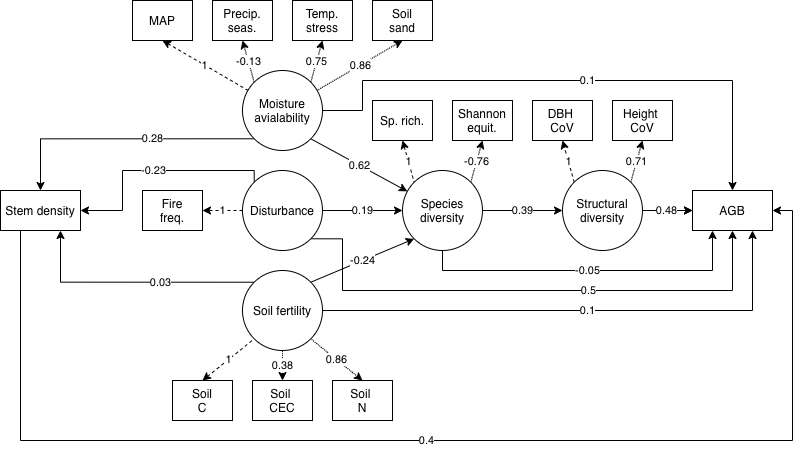
Before: manuscript/img/full.png, a diagram exported from draw.io (johngodlee/southern_african_befr). Source tidied: cells renumbered, new cells last; positions are measured from the earlier drawing's top-left corner, leaving out a move shared by most shapes. The source it was exported from:
```xml
<mxGraphModel>
  <root>
    <mxCell id="0" />
    <mxCell id="1" parent="0" />
    <mxCell id="2" value="0.39" style="edgeStyle=orthogonalEdgeStyle;rounded=0;jettySize=auto;html=1;fontStyle=0;exitX=1;exitY=0.5;exitDx=0;exitDy=0;" parent="1" edge="1" source="9">
      <mxGeometry relative="1" as="geometry">
        <mxPoint x="562" y="210" as="targetPoint" />
      </mxGeometry>
    </mxCell>
    <mxCell id="3" style="edgeStyle=orthogonalEdgeStyle;rounded=0;jettySize=auto;html=1;fontStyle=0;" parent="1" edge="1" target="4">
      <mxGeometry relative="1" as="geometry">
        <mxPoint x="642" y="210" as="sourcePoint" />
      </mxGeometry>
    </mxCell>
    <mxCell id="4" value="AGB" style="rounded=1;whiteSpace=wrap;html=1;fontSize=12;glass=0;strokeWidth=1;shadow=0;arcSize=0;align=center;fontStyle=0;" parent="1" vertex="1">
      <mxGeometry x="692" y="190" width="80" height="40" as="geometry" />
    </mxCell>
    <mxCell id="5" value="0.4" style="edgeStyle=orthogonalEdgeStyle;rounded=0;jettySize=auto;html=1;entryX=1;entryY=0.5;entryDx=0;entryDy=0;exitX=0.25;exitY=1;exitDx=0;exitDy=0;" parent="1" edge="1" source="6" target="4">
      <mxGeometry relative="1" as="geometry">
        <Array as="points">
          <mxPoint x="20" y="440" />
          <mxPoint x="792" y="440" />
          <mxPoint x="792" y="210" />
        </Array>
      </mxGeometry>
    </mxCell>
    <mxCell id="6" value="Stem density" style="rounded=1;whiteSpace=wrap;html=1;fontSize=12;glass=0;strokeWidth=1;shadow=0;arcSize=0;align=center;fontStyle=0;" parent="1" vertex="1">
      <mxGeometry y="190" width="80" height="40" as="geometry" />
    </mxCell>
    <mxCell id="7" value="-0.76" style="edgeStyle=none;rounded=0;jettySize=auto;html=1;exitX=1;exitY=0;exitDx=0;exitDy=0;entryX=0.5;entryY=1;entryDx=0;entryDy=0;dashed=1;dashPattern=1 1;" parent="1" edge="1" source="9" target="29">
      <mxGeometry relative="1" as="geometry" />
    </mxCell>
    <mxCell id="8" value="-0.05" style="edgeStyle=orthogonalEdgeStyle;rounded=0;jettySize=auto;html=1;exitX=0.5;exitY=1;exitDx=0;exitDy=0;entryX=0.25;entryY=1;entryDx=0;entryDy=0;startArrow=none;startFill=0;endArrow=classic;endFill=1;" parent="1" edge="1" source="9" target="4">
      <mxGeometry relative="1" as="geometry">
        <Array as="points">
          <mxPoint x="442" y="270" />
          <mxPoint x="712" y="270" />
        </Array>
      </mxGeometry>
    </mxCell>
    <mxCell id="9" value="Species&lt;br&gt;diversity" style="ellipse;whiteSpace=wrap;html=1;" parent="1" vertex="1">
      <mxGeometry x="402" y="170" width="80" height="80" as="geometry" />
    </mxCell>
    <mxCell id="10" value="1" style="rounded=0;jettySize=auto;html=1;exitX=0;exitY=0;exitDx=0;exitDy=0;entryX=0.5;entryY=1;entryDx=0;entryDy=0;dashed=1;" parent="1" edge="1" source="13" target="30">
      <mxGeometry relative="1" as="geometry" />
    </mxCell>
    <mxCell id="11" value="0.71" style="rounded=0;jettySize=auto;html=1;exitX=1;exitY=0;exitDx=0;exitDy=0;entryX=0.5;entryY=1;entryDx=0;entryDy=0;dashed=1;dashPattern=1 1;" parent="1" edge="1" source="13" target="31">
      <mxGeometry relative="1" as="geometry" />
    </mxCell>
    <mxCell id="12" value="0.48" style="edgeStyle=orthogonalEdgeStyle;rounded=0;jettySize=auto;html=1;startArrow=none;startFill=0;endArrow=classic;endFill=1;" parent="1" edge="1" source="13" target="4">
      <mxGeometry x="-0.02" relative="1" as="geometry" />
    </mxCell>
    <mxCell id="13" value="Structural&lt;br&gt;diversity" style="ellipse;whiteSpace=wrap;html=1;" parent="1" vertex="1">
      <mxGeometry x="562" y="170" width="80" height="80" as="geometry" />
    </mxCell>
    <mxCell id="14" value="-0.24" style="edgeStyle=none;rounded=0;jettySize=auto;html=1;exitX=1;exitY=0;exitDx=0;exitDy=0;entryX=0;entryY=1;entryDx=0;entryDy=0;" parent="1" edge="1" source="17" target="9">
      <mxGeometry relative="1" as="geometry" />
    </mxCell>
    <mxCell id="15" value="0.03" style="edgeStyle=orthogonalEdgeStyle;rounded=0;jettySize=auto;html=1;entryX=0.75;entryY=1;entryDx=0;entryDy=0;exitX=0;exitY=0;exitDx=0;exitDy=0;" parent="1" edge="1" source="17" target="6">
      <mxGeometry x="-0.23" relative="1" as="geometry" />
    </mxCell>
    <mxCell id="16" value="0.1" style="edgeStyle=orthogonalEdgeStyle;rounded=0;jettySize=auto;html=1;entryX=0.75;entryY=1;entryDx=0;entryDy=0;startArrow=none;startFill=0;endArrow=classic;endFill=1;" parent="1" edge="1" source="17" target="4">
      <mxGeometry x="0.04" relative="1" as="geometry">
        <Array as="points">
          <mxPoint x="752" y="310" />
        </Array>
      </mxGeometry>
    </mxCell>
    <mxCell id="17" value="Soil fertility" style="ellipse;whiteSpace=wrap;html=1;" parent="1" vertex="1">
      <mxGeometry x="242" y="270" width="80" height="80" as="geometry" />
    </mxCell>
    <mxCell id="18" value="0.62" style="edgeStyle=none;rounded=0;jettySize=auto;html=1;exitX=1;exitY=1;exitDx=0;exitDy=0;" parent="1" edge="1" source="21" target="9">
      <mxGeometry relative="1" as="geometry" />
    </mxCell>
    <mxCell id="19" value="0.28" style="rounded=0;jettySize=auto;html=1;entryX=0.5;entryY=0;entryDx=0;entryDy=0;exitX=0;exitY=1;exitDx=0;exitDy=0;edgeStyle=orthogonalEdgeStyle;" parent="1" edge="1" source="21" target="6">
      <mxGeometry x="-0.23" relative="1" as="geometry" />
    </mxCell>
    <mxCell id="20" value="0.1" style="edgeStyle=orthogonalEdgeStyle;rounded=0;jettySize=auto;html=1;exitX=1;exitY=0.5;exitDx=0;exitDy=0;startArrow=none;startFill=0;endArrow=classic;endFill=1;entryX=0.5;entryY=0;entryDx=0;entryDy=0;" parent="1" edge="1" source="21" target="4">
      <mxGeometry x="0.07" relative="1" as="geometry">
        <Array as="points">
          <mxPoint x="362" y="110" />
          <mxPoint x="362" y="80" />
          <mxPoint x="732" y="80" />
        </Array>
      </mxGeometry>
    </mxCell>
    <mxCell id="21" value="Moisture&lt;br&gt;avialability" style="ellipse;whiteSpace=wrap;html=1;" parent="1" vertex="1">
      <mxGeometry x="242" y="70" width="80" height="80" as="geometry" />
    </mxCell>
    <mxCell id="22" value="0.19" style="edgeStyle=none;rounded=0;jettySize=auto;html=1;" parent="1" edge="1" source="26" target="9">
      <mxGeometry relative="1" as="geometry" />
    </mxCell>
    <mxCell id="23" value="-0.23" style="edgeStyle=orthogonalEdgeStyle;rounded=0;jettySize=auto;html=1;exitX=0;exitY=0;exitDx=0;exitDy=0;" parent="1" edge="1" source="26">
      <mxGeometry relative="1" as="geometry">
        <mxPoint x="80" y="210" as="targetPoint" />
        <Array as="points">
          <mxPoint x="254" y="170" />
          <mxPoint x="122" y="170" />
          <mxPoint x="122" y="210" />
        </Array>
      </mxGeometry>
    </mxCell>
    <mxCell id="24" value="1" style="edgeStyle=orthogonalEdgeStyle;rounded=0;jettySize=auto;html=1;startArrow=none;startFill=0;endArrow=classic;endFill=1;dashed=1;" parent="1" edge="1" source="26" target="44">
      <mxGeometry relative="1" as="geometry" />
    </mxCell>
    <mxCell id="25" value="0.5" style="edgeStyle=orthogonalEdgeStyle;rounded=0;jettySize=auto;html=1;exitX=1;exitY=1;exitDx=0;exitDy=0;entryX=0.5;entryY=1;entryDx=0;entryDy=0;startArrow=none;startFill=0;endArrow=classic;endFill=1;" parent="1" edge="1" source="26" target="4">
      <mxGeometry x="0.23" relative="1" as="geometry">
        <Array as="points">
          <mxPoint x="342" y="238" />
          <mxPoint x="342" y="290" />
          <mxPoint x="732" y="290" />
        </Array>
      </mxGeometry>
    </mxCell>
    <mxCell id="26" value="Disturbance" style="ellipse;whiteSpace=wrap;html=1;" parent="1" vertex="1">
      <mxGeometry x="242" y="170" width="80" height="80" as="geometry" />
    </mxCell>
    <mxCell id="27" value="1" style="rounded=0;jettySize=auto;html=1;exitX=0.5;exitY=1;exitDx=0;exitDy=0;entryX=0;entryY=0;entryDx=0;entryDy=0;startArrow=classic;startFill=1;endArrow=none;endFill=0;dashed=1;" parent="1" edge="1" source="28" target="9">
      <mxGeometry relative="1" as="geometry" />
    </mxCell>
    <mxCell id="28" value="Sp. rich." style="rounded=1;whiteSpace=wrap;html=1;fontSize=12;glass=0;strokeWidth=1;shadow=0;arcSize=0;align=center;fontStyle=0;" parent="1" vertex="1">
      <mxGeometry x="372" y="100" width="60" height="40" as="geometry" />
    </mxCell>
    <mxCell id="29" value="Shannon equit." style="rounded=1;whiteSpace=wrap;html=1;fontSize=12;glass=0;strokeWidth=1;shadow=0;arcSize=0;align=center;fontStyle=0;" parent="1" vertex="1">
      <mxGeometry x="452" y="100" width="60" height="40" as="geometry" />
    </mxCell>
    <mxCell id="30" value="DBH &lt;br&gt;CoV" style="rounded=1;whiteSpace=wrap;html=1;fontSize=12;glass=0;strokeWidth=1;shadow=0;arcSize=0;align=center;fontStyle=0;" parent="1" vertex="1">
      <mxGeometry x="532" y="100" width="60" height="40" as="geometry" />
    </mxCell>
    <mxCell id="31" value="Height&amp;nbsp;&lt;br&gt;CoV" style="rounded=1;whiteSpace=wrap;html=1;fontSize=12;glass=0;strokeWidth=1;shadow=0;arcSize=0;align=center;fontStyle=0;" parent="1" vertex="1">
      <mxGeometry x="612" y="100" width="60" height="40" as="geometry" />
    </mxCell>
    <mxCell id="32" value="0.86" style="rounded=0;jettySize=auto;html=1;exitX=0.5;exitY=1;exitDx=0;exitDy=0;dashed=1;dashPattern=1 1;startArrow=classic;startFill=1;endArrow=none;endFill=0;" parent="1" edge="1" source="33" target="21">
      <mxGeometry relative="1" as="geometry" />
    </mxCell>
    <mxCell id="33" value="Soil&lt;br&gt;sand" style="rounded=1;whiteSpace=wrap;html=1;fontSize=12;glass=0;strokeWidth=1;shadow=0;arcSize=0;align=center;fontStyle=0;" parent="1" vertex="1">
      <mxGeometry x="372" width="60" height="40" as="geometry" />
    </mxCell>
    <mxCell id="34" value="0.75" style="rounded=0;jettySize=auto;html=1;exitX=0.5;exitY=1;exitDx=0;exitDy=0;entryX=1;entryY=0;entryDx=0;entryDy=0;dashed=1;dashPattern=1 1;startArrow=classic;startFill=1;endArrow=none;endFill=0;" parent="1" edge="1" source="35" target="21">
      <mxGeometry relative="1" as="geometry" />
    </mxCell>
    <mxCell id="35" value="Temp.&lt;br&gt;stress" style="rounded=1;whiteSpace=wrap;html=1;fontSize=12;glass=0;strokeWidth=1;shadow=0;arcSize=0;align=center;fontStyle=0;" parent="1" vertex="1">
      <mxGeometry x="292" width="60" height="40" as="geometry" />
    </mxCell>
    <mxCell id="36" value="-0.13" style="rounded=0;jettySize=auto;html=1;exitX=0.5;exitY=1;exitDx=0;exitDy=0;entryX=0;entryY=0;entryDx=0;entryDy=0;dashed=1;dashPattern=1 1;startArrow=classic;startFill=1;endArrow=none;endFill=0;" parent="1" edge="1" source="37" target="21">
      <mxGeometry relative="1" as="geometry" />
    </mxCell>
    <mxCell id="37" value="Precip.&lt;br&gt;seas." style="rounded=1;whiteSpace=wrap;html=1;fontSize=12;glass=0;strokeWidth=1;shadow=0;arcSize=0;align=center;fontStyle=0;" parent="1" vertex="1">
      <mxGeometry x="212" width="60" height="40" as="geometry" />
    </mxCell>
    <mxCell id="38" value="0.86" style="rounded=0;jettySize=auto;html=1;exitX=0.5;exitY=0;exitDx=0;exitDy=0;entryX=1;entryY=1;entryDx=0;entryDy=0;dashed=1;dashPattern=1 1;startArrow=classic;startFill=1;endArrow=none;endFill=0;" parent="1" edge="1" source="39" target="17">
      <mxGeometry relative="1" as="geometry" />
    </mxCell>
    <mxCell id="39" value="Soil&amp;nbsp;&lt;br&gt;N" style="rounded=1;whiteSpace=wrap;html=1;fontSize=12;glass=0;strokeWidth=1;shadow=0;arcSize=0;align=center;fontStyle=0;" parent="1" vertex="1">
      <mxGeometry x="332" y="380" width="60" height="40" as="geometry" />
    </mxCell>
    <mxCell id="40" value="0.38" style="rounded=0;jettySize=auto;html=1;exitX=0.5;exitY=0;exitDx=0;exitDy=0;entryX=0.5;entryY=1;entryDx=0;entryDy=0;dashed=1;dashPattern=1 1;startArrow=classic;startFill=1;endArrow=none;endFill=0;" parent="1" edge="1" source="41" target="17">
      <mxGeometry relative="1" as="geometry" />
    </mxCell>
    <mxCell id="41" value="Soil&amp;nbsp;&lt;br&gt;CEC" style="rounded=1;whiteSpace=wrap;html=1;fontSize=12;glass=0;strokeWidth=1;shadow=0;arcSize=0;align=center;fontStyle=0;" parent="1" vertex="1">
      <mxGeometry x="252" y="380" width="60" height="40" as="geometry" />
    </mxCell>
    <mxCell id="42" value="1" style="rounded=0;jettySize=auto;html=1;exitX=0.5;exitY=0;exitDx=0;exitDy=0;entryX=0;entryY=1;entryDx=0;entryDy=0;dashed=1;startArrow=classic;startFill=1;endArrow=none;endFill=0;" parent="1" edge="1" source="43" target="17">
      <mxGeometry relative="1" as="geometry" />
    </mxCell>
    <mxCell id="43" value="Soil&lt;br&gt;C" style="rounded=1;whiteSpace=wrap;html=1;fontSize=12;glass=0;strokeWidth=1;shadow=0;arcSize=0;align=center;fontStyle=0;" parent="1" vertex="1">
      <mxGeometry x="172" y="380" width="60" height="40" as="geometry" />
    </mxCell>
    <mxCell id="44" value="Fire&lt;br&gt;freq." style="rounded=1;whiteSpace=wrap;html=1;fontSize=12;glass=0;strokeWidth=1;shadow=0;arcSize=0;align=center;fontStyle=0;" parent="1" vertex="1">
      <mxGeometry x="142" y="190" width="60" height="40" as="geometry" />
    </mxCell>
    <mxCell id="45" value="1" style="rounded=0;jettySize=auto;html=1;exitX=0.5;exitY=1;exitDx=0;exitDy=0;startArrow=classic;startFill=1;endArrow=none;endFill=0;dashed=1;" parent="1" edge="1" source="46" target="21">
      <mxGeometry relative="1" as="geometry" />
    </mxCell>
    <mxCell id="46" value="MAP" style="rounded=1;whiteSpace=wrap;html=1;fontSize=12;glass=0;strokeWidth=1;shadow=0;arcSize=0;align=center;fontStyle=0;" parent="1" vertex="1">
      <mxGeometry x="132" width="60" height="40" as="geometry" />
    </mxCell>
  </root>
</mxGraphModel>
```
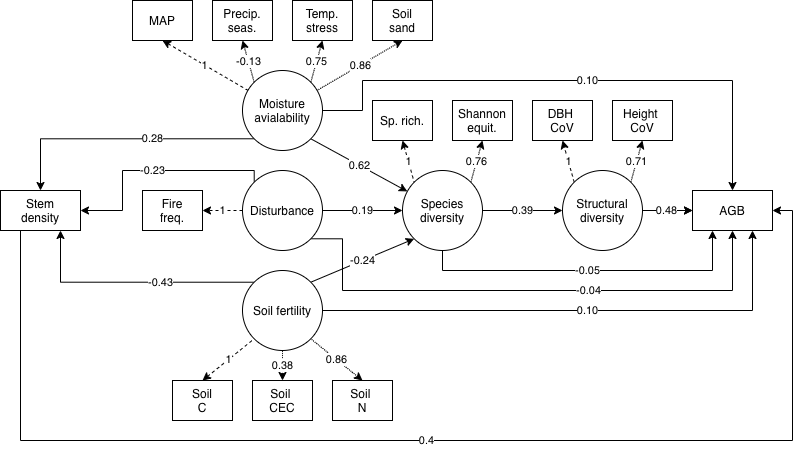
The same file after the commit.

What changed in the source:
```diff
@@ -24,10 +24,10 @@
         </Array>
       </mxGeometry>
     </mxCell>
-    <mxCell id="6" value="Stem density" style="rounded=1;whiteSpace=wrap;html=1;fontSize=12;glass=0;strokeWidth=1;shadow=0;arcSize=0;align=center;fontStyle=0;" parent="1" vertex="1">
+    <mxCell id="6" value="Stem&lt;br&gt;density" style="rounded=1;whiteSpace=wrap;html=1;fontSize=12;glass=0;strokeWidth=1;shadow=0;arcSize=0;align=center;fontStyle=0;" parent="1" vertex="1">
       <mxGeometry y="190" width="80" height="40" as="geometry" />
     </mxCell>
-    <mxCell id="7" value="-0.76" style="edgeStyle=none;rounded=0;jettySize=auto;html=1;exitX=1;exitY=0;exitDx=0;exitDy=0;entryX=0.5;entryY=1;entryDx=0;entryDy=0;dashed=1;dashPattern=1 1;" parent="1" edge="1" source="9" target="29">
+    <mxCell id="7" value="0.76" style="edgeStyle=none;rounded=0;jettySize=auto;html=1;exitX=1;exitY=0;exitDx=0;exitDy=0;entryX=0.5;entryY=1;entryDx=0;entryDy=0;dashed=1;dashPattern=1 1;" parent="1" edge="1" source="9" target="29">
       <mxGeometry relative="1" as="geometry" />
     </mxCell>
     <mxCell id="8" value="-0.05" style="edgeStyle=orthogonalEdgeStyle;rounded=0;jettySize=auto;html=1;exitX=0.5;exitY=1;exitDx=0;exitDy=0;entryX=0.25;entryY=1;entryDx=0;entryDy=0;startArrow=none;startFill=0;endArrow=classic;endFill=1;" parent="1" edge="1" source="9" target="4">
@@ -56,10 +56,10 @@
     <mxCell id="14" value="-0.24" style="edgeStyle=none;rounded=0;jettySize=auto;html=1;exitX=1;exitY=0;exitDx=0;exitDy=0;entryX=0;entryY=1;entryDx=0;entryDy=0;" parent="1" edge="1" source="17" target="9">
       <mxGeometry relative="1" as="geometry" />
     </mxCell>
-    <mxCell id="15" value="0.03" style="edgeStyle=orthogonalEdgeStyle;rounded=0;jettySize=auto;html=1;entryX=0.75;entryY=1;entryDx=0;entryDy=0;exitX=0;exitY=0;exitDx=0;exitDy=0;" parent="1" edge="1" source="17" target="6">
+    <mxCell id="15" value="-0.43" style="edgeStyle=orthogonalEdgeStyle;rounded=0;jettySize=auto;html=1;entryX=0.75;entryY=1;entryDx=0;entryDy=0;exitX=0;exitY=0;exitDx=0;exitDy=0;" parent="1" edge="1" source="17" target="6">
       <mxGeometry x="-0.23" relative="1" as="geometry" />
     </mxCell>
-    <mxCell id="16" value="0.1" style="edgeStyle=orthogonalEdgeStyle;rounded=0;jettySize=auto;html=1;entryX=0.75;entryY=1;entryDx=0;entryDy=0;startArrow=none;startFill=0;endArrow=classic;endFill=1;" parent="1" edge="1" source="17" target="4">
+    <mxCell id="16" value="0.10" style="edgeStyle=orthogonalEdgeStyle;rounded=0;jettySize=auto;html=1;entryX=0.75;entryY=1;entryDx=0;entryDy=0;startArrow=none;startFill=0;endArrow=classic;endFill=1;" parent="1" edge="1" source="17" target="4">
       <mxGeometry x="0.04" relative="1" as="geometry">
         <Array as="points">
           <mxPoint x="752" y="310" />
@@ -75,7 +75,7 @@
     <mxCell id="19" value="0.28" style="rounded=0;jettySize=auto;html=1;entryX=0.5;entryY=0;entryDx=0;entryDy=0;exitX=0;exitY=1;exitDx=0;exitDy=0;edgeStyle=orthogonalEdgeStyle;" parent="1" edge="1" source="21" target="6">
       <mxGeometry x="-0.23" relative="1" as="geometry" />
     </mxCell>
-    <mxCell id="20" value="0.1" style="edgeStyle=orthogonalEdgeStyle;rounded=0;jettySize=auto;html=1;exitX=1;exitY=0.5;exitDx=0;exitDy=0;startArrow=none;startFill=0;endArrow=classic;endFill=1;entryX=0.5;entryY=0;entryDx=0;entryDy=0;" parent="1" edge="1" source="21" target="4">
+    <mxCell id="20" value="0.10" style="edgeStyle=orthogonalEdgeStyle;rounded=0;jettySize=auto;html=1;exitX=1;exitY=0.5;exitDx=0;exitDy=0;startArrow=none;startFill=0;endArrow=classic;endFill=1;entryX=0.5;entryY=0;entryDx=0;entryDy=0;" parent="1" edge="1" source="21" target="4">
       <mxGeometry x="0.07" relative="1" as="geometry">
         <Array as="points">
           <mxPoint x="362" y="110" />
@@ -103,7 +103,7 @@
     <mxCell id="24" value="1" style="edgeStyle=orthogonalEdgeStyle;rounded=0;jettySize=auto;html=1;startArrow=none;startFill=0;endArrow=classic;endFill=1;dashed=1;" parent="1" edge="1" source="26" target="44">
       <mxGeometry relative="1" as="geometry" />
     </mxCell>
-    <mxCell id="25" value="0.5" style="edgeStyle=orthogonalEdgeStyle;rounded=0;jettySize=auto;html=1;exitX=1;exitY=1;exitDx=0;exitDy=0;entryX=0.5;entryY=1;entryDx=0;entryDy=0;startArrow=none;startFill=0;endArrow=classic;endFill=1;" parent="1" edge="1" source="26" target="4">
+    <mxCell id="25" value="-0.04" style="edgeStyle=orthogonalEdgeStyle;rounded=0;jettySize=auto;html=1;exitX=1;exitY=1;exitDx=0;exitDy=0;entryX=0.5;entryY=1;entryDx=0;entryDy=0;startArrow=none;startFill=0;endArrow=classic;endFill=1;" parent="1" edge="1" source="26" target="4">
       <mxGeometry x="0.23" relative="1" as="geometry">
         <Array as="points">
           <mxPoint x="342" y="238" />
```
